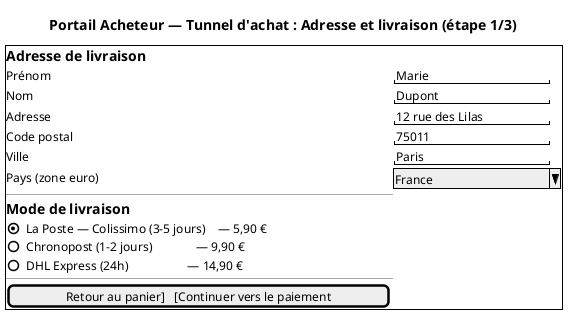
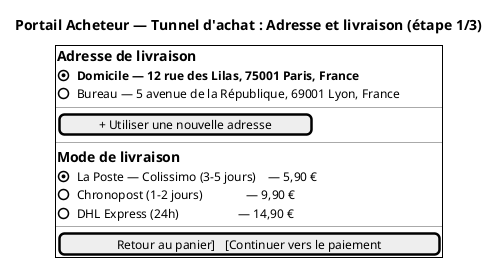
@startsalt
' Composant PA : front-acheteur (Portail Acheteur)
- ' Fonctions allouées : Service Commande — FS-B06 (tunnel d'achat), CS-04 (zone euro uniquement)
- ' Les modes de livraison sont alimentés par les transporteurs configurés par l'admin (FS-A03)
+ ' Fonctions allouées : Service Commande — FS-B06 (tunnel d'achat)
+ '                      Service Compte  — FS-B11 (sélection adresse carnet)
+ ' CS-04 : pays restreint zone euro — filtrage côté Service Compte
+ ' L'adresse par défaut est présélectionnée ; addressId transmis dans POST /api/orders
title Portail Acheteur — Tunnel d'achat : Adresse et livraison (étape 1/3)

{+
  == Adresse de livraison
-   Prénom       | "Marie              "
-   Nom          | "Dupont             "
-   Adresse      | "12 rue des Lilas   "
-   Code postal  | "75011              "
-   Ville        | "Paris              "
-   Pays (zone euro)    | ^France             ^
+   (X) <b>Domicile — 12 rue des Lilas, 75001 Paris, France
+   ( ) Bureau — 5 avenue de la République, 69001 Lyon, France
+   --
+   [+ Utiliser une nouvelle adresse]
  --
  == Mode de livraison
  (X) La Poste — Colissimo (3-5 jours)    — 5,90 €
  ( ) Chronopost (1-2 jours)              — 9,90 €
  ( ) DHL Express (24h)                   — 14,90 €
  --
  [Retour au panier]   [Continuer vers le paiement]
}
@endsalt
